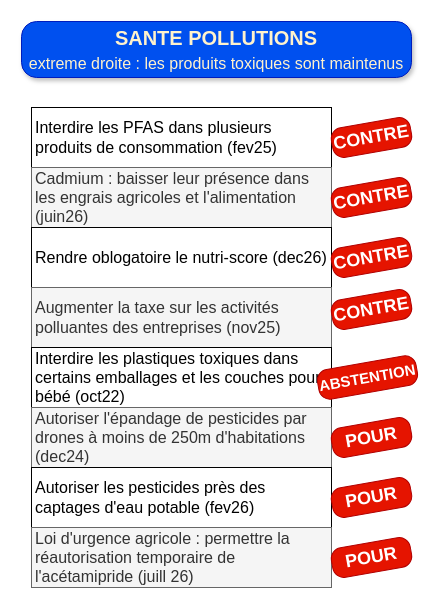
Earlier version of the draw.io diagram drawio/A_SantePollution.drawio (bernard44600/cedbn). Source tidied: cells renumbered, new cells numbered last; positions are measured from the earlier drawing's top-left corner, leaving out a move shared by most shapes. Both pictures are drawn from the tidied source at 100%, with x=0, y=0 at pixel (21, 21).
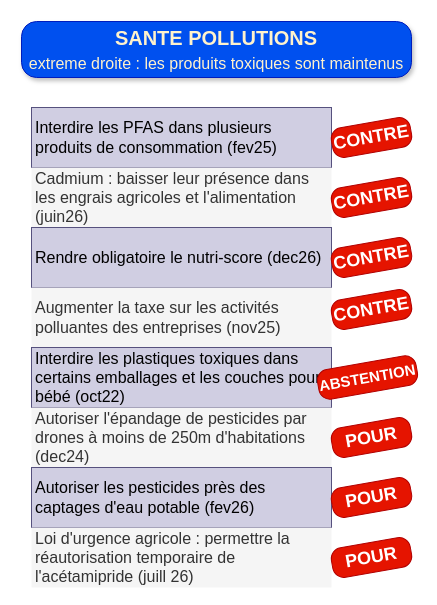
The same diagram, later.

The edit, as a diff of the source:
```diff
@@
 <mxGraphModel>
   <root>
     <mxCell id="0" />
     <mxCell id="1" parent="0" />
     <mxCell id="2" value="SANTE POLLUTIONS&lt;br&gt;&lt;font style=&quot;font-size: 16px; font-weight: normal;&quot;&gt;extreme droite : les produits toxiques sont maintenus&lt;/font&gt;" style="rounded=1;whiteSpace=wrap;html=1;fontSize=20;fillColor=#0050ef;strokeColor=#001DBC;fontColor=#FFF2CC;gradientColor=none;gradientDirection=north;roundedPerimeter=1;shadow=1;glass=0;multiple=0;fontFamily=Helvetica;labelBackgroundColor=none;arcSize=27;fontStyle=1;" parent="1" vertex="1">
       <mxGeometry width="390" height="56" as="geometry" />
     </mxCell>
-    <mxCell id="3" value="Interdire les PFAS dans plusieurs produits de consommation (fev25)" style="rounded=0;whiteSpace=wrap;html=1;fontFamily=Helvetica;fontSize=16;align=left;spacingLeft=2;" parent="1" vertex="1">
+    <mxCell id="3" value="Interdire les PFAS dans plusieurs produits de consommation (fev25)" style="rounded=0;whiteSpace=wrap;html=1;fontFamily=Helvetica;fontSize=16;align=left;spacingLeft=2;strokeColor=#56517e;fillColor=#d0cee2;" parent="1" vertex="1">
       <mxGeometry x="10" y="86" width="300" height="60" as="geometry" />
     </mxCell>
-    <mxCell id="4" value="Cadmium : baisser leur présence dans les engrais agricoles et l'alimentation (juin26)" style="rounded=0;whiteSpace=wrap;html=1;fontFamily=Helvetica;fontSize=16;align=left;fillColor=#f5f5f5;fontColor=#333333;strokeColor=#666666;spacingLeft=2;" parent="1" vertex="1">
+    <mxCell id="4" value="Cadmium : baisser leur présence dans les engrais agricoles et l'alimentation (juin26)" style="rounded=0;whiteSpace=wrap;html=1;fontFamily=Helvetica;fontSize=16;align=left;fillColor=#f5f5f5;fontColor=#333333;strokeColor=none;spacingLeft=2;" parent="1" vertex="1">
       <mxGeometry x="10" y="146" width="300" height="60" as="geometry" />
     </mxCell>
-    <mxCell id="5" value="Rendre oblogatoire le nutri-score (dec26)" style="rounded=0;whiteSpace=wrap;html=1;fontFamily=Helvetica;fontSize=16;align=left;spacingLeft=2;" parent="1" vertex="1">
+    <mxCell id="5" value="Rendre obligatoire le nutri-score (dec26)" style="rounded=0;whiteSpace=wrap;html=1;fontFamily=Helvetica;fontSize=16;align=left;spacingLeft=2;strokeColor=#56517e;fillColor=#d0cee2;" parent="1" vertex="1">
       <mxGeometry x="10" y="206" width="300" height="60" as="geometry" />
     </mxCell>
-    <mxCell id="6" value="Augmenter la taxe sur les activités polluantes des entreprises (nov25)" style="rounded=0;whiteSpace=wrap;html=1;fontFamily=Helvetica;fontSize=16;align=left;fillColor=#f5f5f5;fontColor=#333333;strokeColor=#666666;spacingLeft=2;" parent="1" vertex="1">
+    <mxCell id="6" value="Augmenter la taxe sur les activités polluantes des entreprises (nov25)" style="rounded=0;whiteSpace=wrap;html=1;fontFamily=Helvetica;fontSize=16;align=left;fillColor=#f5f5f5;fontColor=#333333;strokeColor=none;spacingLeft=2;" parent="1" vertex="1">
       <mxGeometry x="10" y="266" width="300" height="60" as="geometry" />
     </mxCell>
-    <mxCell id="7" value="Interdire les plastiques toxiques dans certains emballages et les couches pour bébé (oct22)" style="rounded=0;whiteSpace=wrap;html=1;fontFamily=Helvetica;fontSize=16;align=left;spacingLeft=2;" parent="1" vertex="1">
+    <mxCell id="7" value="Interdire les plastiques toxiques dans certains emballages et les couches pour bébé (oct22)" style="rounded=0;whiteSpace=wrap;html=1;fontFamily=Helvetica;fontSize=16;align=left;spacingLeft=2;strokeColor=#56517e;fillColor=#d0cee2;" parent="1" vertex="1">
       <mxGeometry x="10" y="326" width="300" height="60" as="geometry" />
     </mxCell>
-    <mxCell id="8" value="Autoriser l'épandage de pesticides par drones à moins de 250m d'habitations (dec24)" style="rounded=0;whiteSpace=wrap;html=1;fontFamily=Helvetica;fontSize=16;align=left;fillColor=#f5f5f5;fontColor=#333333;strokeColor=#666666;spacingLeft=2;" parent="1" vertex="1">
+    <mxCell id="8" value="Autoriser l'épandage de pesticides par drones à moins de 250m d'habitations (dec24)" style="rounded=0;whiteSpace=wrap;html=1;fontFamily=Helvetica;fontSize=16;align=left;fillColor=#f5f5f5;fontColor=#333333;strokeColor=none;spacingLeft=2;" parent="1" vertex="1">
       <mxGeometry x="10" y="386" width="300" height="60" as="geometry" />
     </mxCell>
-    <mxCell id="9" value="Autoriser les pesticides près des captages d'eau potable (fev26)" style="rounded=0;whiteSpace=wrap;html=1;fontFamily=Helvetica;fontSize=16;align=left;spacingLeft=2;" parent="1" vertex="1">
+    <mxCell id="9" value="Autoriser les pesticides près des captages d'eau potable (fev26)" style="rounded=0;whiteSpace=wrap;html=1;fontFamily=Helvetica;fontSize=16;align=left;spacingLeft=2;strokeColor=#56517e;fillColor=#d0cee2;" parent="1" vertex="1">
       <mxGeometry x="10" y="446" width="300" height="60" as="geometry" />
     </mxCell>
-    <mxCell id="10" value="Loi d'urgence agricole : permettre la réautorisation temporaire de l'acétamipride (juill 26)" style="rounded=0;whiteSpace=wrap;html=1;fontFamily=Helvetica;fontSize=16;align=left;fillColor=#f5f5f5;fontColor=#333333;strokeColor=#666666;spacingLeft=2;" parent="1" vertex="1">
+    <mxCell id="10" value="Loi d'urgence agricole : permettre la réautorisation temporaire de l'acétamipride (juill 26)" style="rounded=0;whiteSpace=wrap;html=1;fontFamily=Helvetica;fontSize=16;align=left;fillColor=#f5f5f5;fontColor=#333333;strokeColor=none;spacingLeft=2;" parent="1" vertex="1">
       <mxGeometry x="10" y="506" width="300" height="60" as="geometry" />
     </mxCell>
     <mxCell id="11" value="CONTRE" style="text;html=1;whiteSpace=wrap;strokeColor=#B20000;fillColor=#e51400;align=center;verticalAlign=middle;rounded=1;fontSize=18;fontColor=#ffffff;fontStyle=1;roundedPerimeter=1;arcSize=37;rotation=-10;" parent="1" vertex="1">
       <mxGeometry x="310" y="101" width="80" height="30" as="geometry" />
     </mxCell>
     <mxCell id="12" value="CONTRE" style="text;html=1;whiteSpace=wrap;strokeColor=#B20000;fillColor=#e51400;align=center;verticalAlign=middle;rounded=1;fontSize=18;fontColor=#ffffff;fontStyle=1;roundedPerimeter=1;arcSize=37;rotation=-10;" parent="1" vertex="1">
       <mxGeometry x="310" y="161" width="80" height="30" as="geometry" />
     </mxCell>
     <mxCell id="13" value="CONTRE" style="text;html=1;whiteSpace=wrap;strokeColor=#B20000;fillColor=#e51400;align=center;verticalAlign=middle;rounded=1;fontSize=18;fontColor=#ffffff;fontStyle=1;roundedPerimeter=1;arcSize=37;rotation=-10;" parent="1" vertex="1">
       <mxGeometry x="310" y="221" width="80" height="30" as="geometry" />
     </mxCell>
     <mxCell id="14" value="CONTRE" style="text;html=1;whiteSpace=wrap;strokeColor=#B20000;fillColor=#e51400;align=center;verticalAlign=middle;rounded=1;fontSize=18;fontColor=#ffffff;fontStyle=1;roundedPerimeter=1;arcSize=37;rotation=-10;" parent="1" vertex="1">
       <mxGeometry x="310" y="273" width="80" height="30" as="geometry" />
     </mxCell>
     <mxCell id="15" value="ABSTENTION" style="text;html=1;whiteSpace=wrap;strokeColor=#B20000;fillColor=#e51400;align=center;verticalAlign=middle;rounded=1;fontSize=15;fontColor=#ffffff;fontStyle=1;roundedPerimeter=1;arcSize=37;rotation=-10;" parent="1" vertex="1">
       <mxGeometry x="296" y="341" width="100" height="30" as="geometry" />
     </mxCell>
     <mxCell id="16" value="POUR" style="text;html=1;whiteSpace=wrap;strokeColor=#B20000;fillColor=#e51400;align=center;verticalAlign=middle;rounded=1;fontSize=18;fontColor=#ffffff;fontStyle=1;roundedPerimeter=1;arcSize=37;rotation=-10;" parent="1" vertex="1">
       <mxGeometry x="310" y="521" width="80" height="30" as="geometry" />
     </mxCell>
     <mxCell id="17" value="POUR" style="text;html=1;whiteSpace=wrap;strokeColor=#B20000;fillColor=#e51400;align=center;verticalAlign=middle;rounded=1;fontSize=18;fontColor=#ffffff;fontStyle=1;roundedPerimeter=1;arcSize=37;rotation=-10;" parent="1" vertex="1">
       <mxGeometry x="310" y="461" width="80" height="30" as="geometry" />
     </mxCell>
     <mxCell id="18" value="POUR" style="text;html=1;whiteSpace=wrap;strokeColor=#B20000;fillColor=#e51400;align=center;verticalAlign=middle;rounded=1;fontSize=18;fontColor=#ffffff;fontStyle=1;roundedPerimeter=1;arcSize=37;rotation=-10;" parent="1" vertex="1">
       <mxGeometry x="310" y="401" width="80" height="30" as="geometry" />
     </mxCell>
   </root>
 </mxGraphModel>
```
